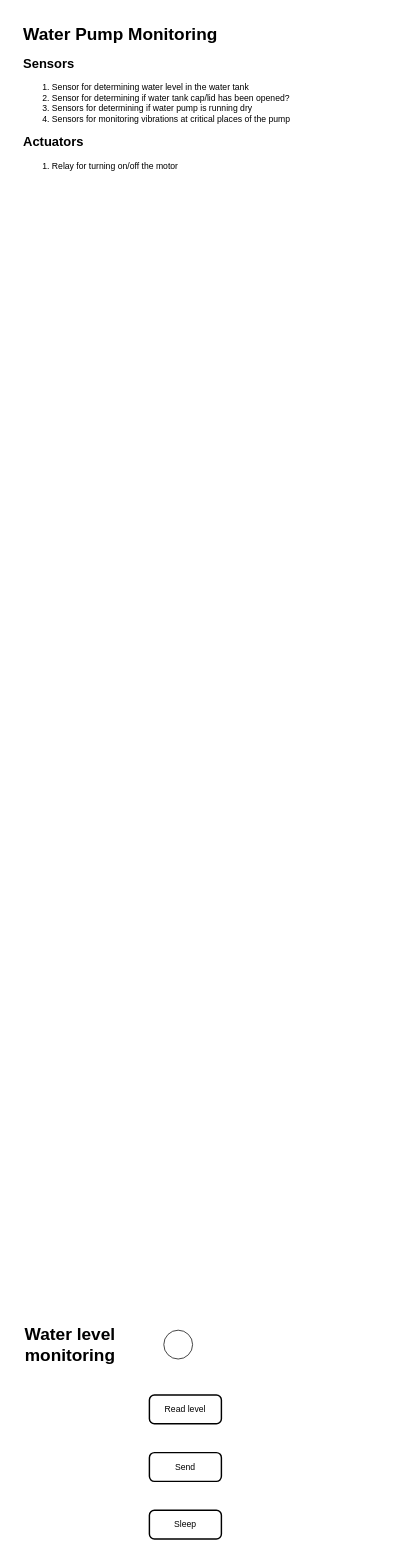
Earlier version of the draw.io diagram notes/WaterPumpMaintenance.drawio (aniruddhand/ciot-capstone). Source tidied: cells renumbered, new cells numbered last; positions are measured from the earlier drawing's top-left corner, leaving out a move shared by most shapes. Both pictures are drawn from the tidied source at 72%, with x=0, y=0 at pixel (12, 19).
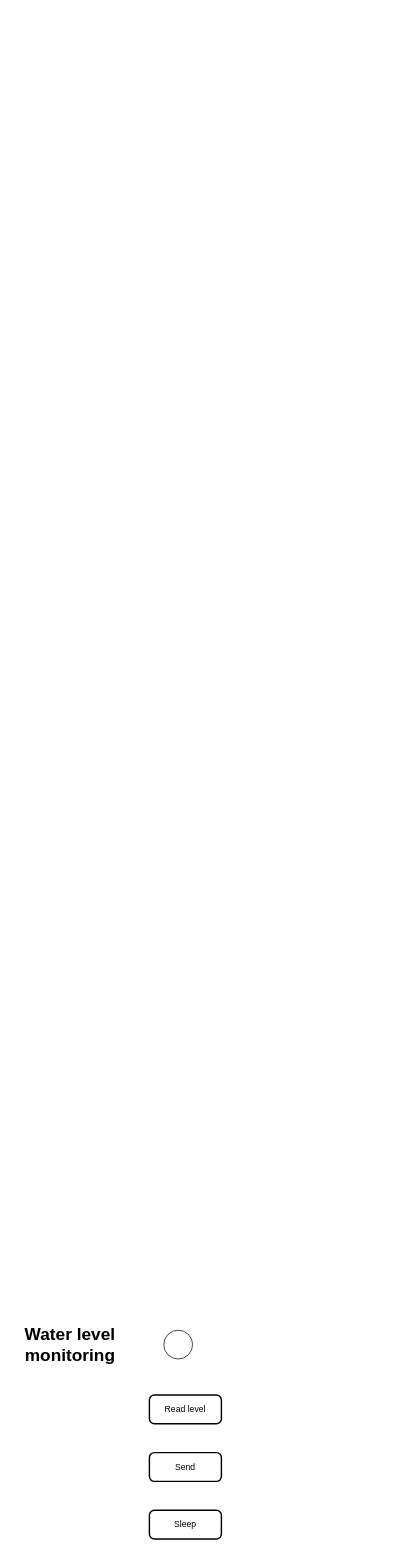
Above is the later version.

Change to the diagram source:
```diff
@@
 <mxGraphModel>
   <root>
     <mxCell id="0" />
     <mxCell id="1" parent="0" />
-    <mxCell id="2" value="&lt;h1&gt;Water Pump Monitoring&lt;/h1&gt;&lt;div&gt;&lt;h2&gt;Sensors&lt;br&gt;&lt;/h2&gt;&lt;div&gt;&lt;ol&gt;&lt;li&gt;Sensor for determining water level in the water tank&lt;/li&gt;&lt;li&gt;Sensor for determining if water tank cap/lid has been opened?&lt;/li&gt;&lt;li&gt;Sensors for determining if water pump is running dry&lt;/li&gt;&lt;li&gt;Sensors for monitoring vibrations at critical places of the pump&lt;/li&gt;&lt;/ol&gt;&lt;div&gt;&lt;h2&gt;Actuators&lt;br&gt;&lt;/h2&gt;&lt;div&gt;&lt;ol&gt;&lt;li&gt;Relay for turning on/off the motor&lt;/li&gt;&lt;/ol&gt;&lt;/div&gt;&lt;/div&gt;&lt;/div&gt;&lt;/div&gt;" style="text;html=1;spacing=5;spacingTop=-20;whiteSpace=wrap;overflow=hidden;rounded=0;" parent="1" vertex="1">
-      <mxGeometry x="10" width="530" height="230" as="geometry" />
-    </mxCell>
     <mxCell id="3" style="verticalLabelPosition=bottom;verticalAlign=top;html=1;shape=mxgraph.flowchart.on-page_reference;" parent="1" vertex="1">
       <mxGeometry x="210" y="1820" width="40" height="40" as="geometry" />
     </mxCell>
     <mxCell id="4" value="&lt;h1&gt;Water level monitoring&lt;/h1&gt;" style="text;html=1;strokeColor=none;fillColor=none;align=center;verticalAlign=middle;whiteSpace=wrap;rounded=0;" parent="1" vertex="1">
       <mxGeometry y="1825" width="160" height="30" as="geometry" />
     </mxCell>
     <mxCell id="5" value="Read level" style="rounded=1;whiteSpace=wrap;html=1;absoluteArcSize=1;arcSize=14;strokeWidth=2;" parent="1" vertex="1">
       <mxGeometry x="190" y="1910" width="100" height="40" as="geometry" />
     </mxCell>
     <mxCell id="6" value="Send" style="rounded=1;whiteSpace=wrap;html=1;absoluteArcSize=1;arcSize=14;strokeWidth=2;" parent="1" vertex="1">
       <mxGeometry x="190" y="1990" width="100" height="40" as="geometry" />
     </mxCell>
     <mxCell id="7" value="Sleep" style="rounded=1;whiteSpace=wrap;html=1;absoluteArcSize=1;arcSize=14;strokeWidth=2;" parent="1" vertex="1">
       <mxGeometry x="190" y="2070" width="100" height="40" as="geometry" />
     </mxCell>
   </root>
 </mxGraphModel>
```
